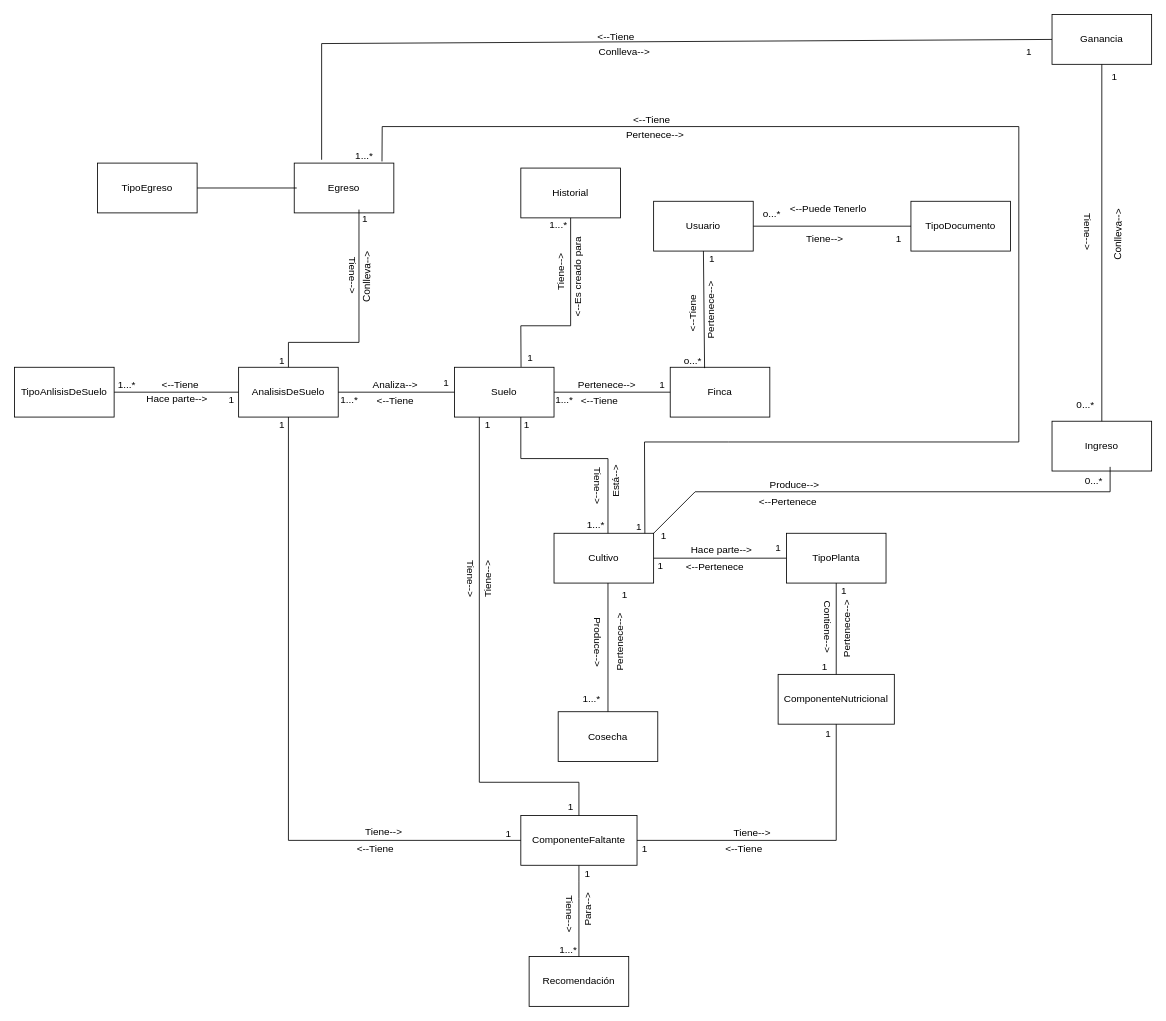
Above: CropScan.drawio in 1193090526alexander/IngenieriaDeSotwareII (draw.io), before the change. Source tidied: cells renumbered, new cells numbered last; positions are measured from the earlier drawing's top-left corner, leaving out a move shared by most shapes. Both pictures are drawn from the tidied source at 83%, with x=0, y=0 at pixel (14, 14).
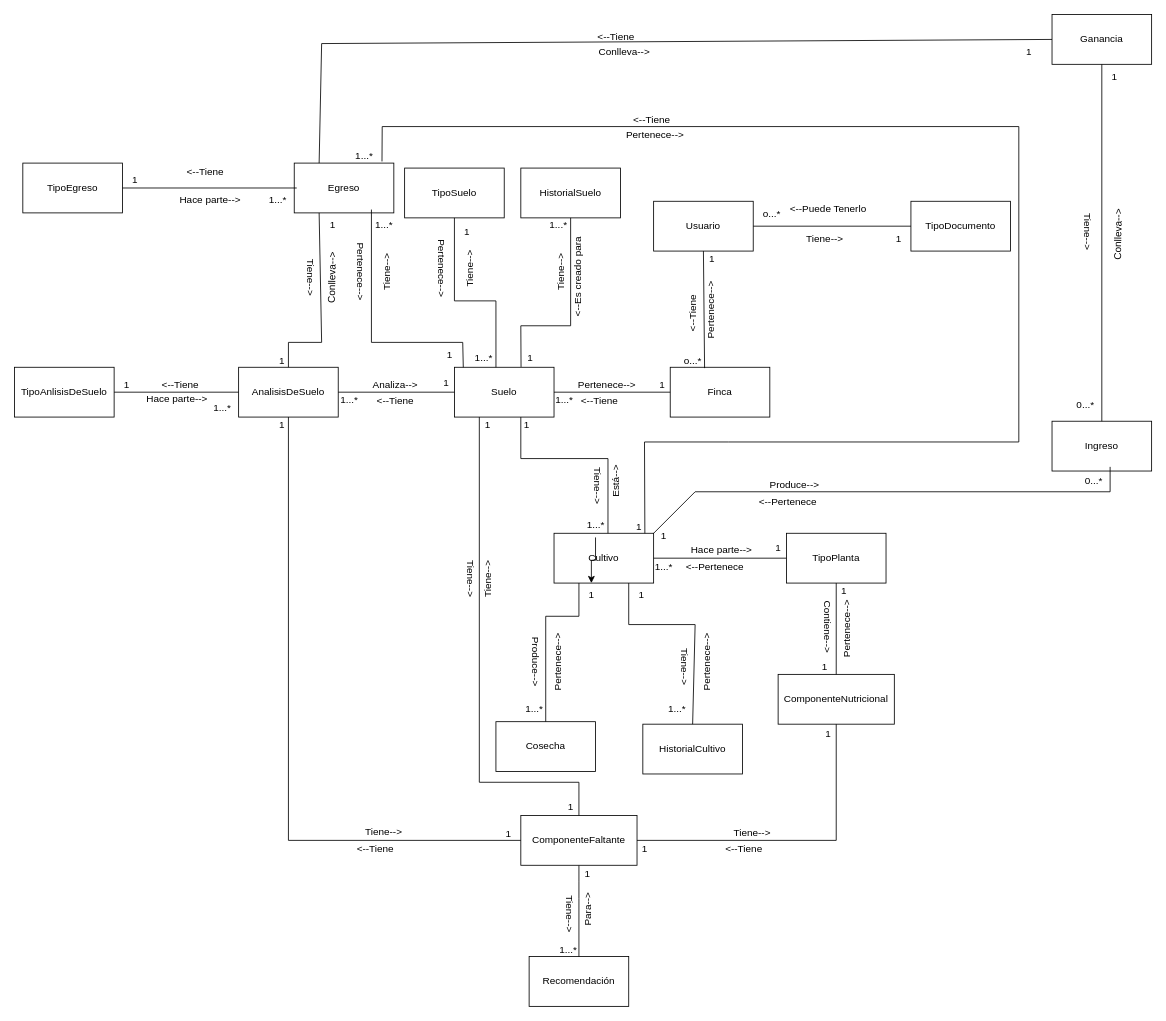
After the change.

Unchanged cells that the change refers to:
```xml
<mxCell id="3" value="Suelo" style="rounded=0;whiteSpace=wrap;html=1;" parent="1" vertex="1">
  <mxGeometry x="530" y="425" width="120" height="60" as="geometry" />
</mxCell>
<mxCell id="16" value="Cultivo" style="rounded=0;whiteSpace=wrap;html=1;" parent="1" vertex="1">
  <mxGeometry x="650" y="625" width="120" height="60" as="geometry" />
</mxCell>
<mxCell id="35" value="Egreso" style="rounded=0;whiteSpace=wrap;html=1;" parent="1" vertex="1">
  <mxGeometry x="337" y="179" width="120" height="60" as="geometry" />
</mxCell>
<mxCell id="50" value="1...*" style="text;html=1;align=center;verticalAlign=middle;points=[];strokeColor=none;fillColor=none;" parent="1" vertex="1">
  <mxGeometry x="680" y="600" width="40" height="30" as="geometry" />
</mxCell>
<mxCell id="79" value="Ganancia" style="rounded=0;whiteSpace=wrap;html=1;" parent="1" vertex="1">
  <mxGeometry x="1250" width="120" height="60" as="geometry" />
</mxCell>
```

What changed in the source:
```diff
@@
-    <mxCell id="19" value="Historial" style="rounded=0;whiteSpace=wrap;html=1;" parent="1" vertex="1">
+    <mxCell id="19" value="HistorialSuelo" style="rounded=0;whiteSpace=wrap;html=1;" parent="1" vertex="1">
       <mxGeometry x="610" y="185" width="120" height="60" as="geometry" />
     </mxCell>
@@
     <mxCell id="48" value="1" style="text;html=1;align=center;verticalAlign=middle;strokeColor=none;fillColor=none;" parent="1" vertex="1">
-      <mxGeometry x="246" y="449" width="30" height="30" as="geometry" />
+      <mxGeometry x="120" y="431" width="30" height="30" as="geometry" />
     </mxCell>
     <mxCell id="49" value="1...*" style="text;html=1;align=center;verticalAlign=middle;strokeColor=none;fillColor=none;" parent="1" vertex="1">
-      <mxGeometry x="115" y="431" width="40" height="30" as="geometry" />
+      <mxGeometry x="230" y="459" width="40" height="30" as="geometry" />
     </mxCell>
+    <mxCell id="114" style="edgeStyle=orthogonalEdgeStyle;rounded=0;jettySize=auto;html=1;" parent="1" edge="1" source="50" target="67">
+      <mxGeometry relative="1" as="geometry" />
+    </mxCell>
@@
-    <mxCell id="55" value="1" style="text;html=1;align=center;verticalAlign=middle;strokeColor=none;fillColor=none;" parent="1" vertex="1">
-      <mxGeometry x="763" y="649" width="30" height="30" as="geometry" />
+    <mxCell id="55" value="1...*" style="text;html=1;align=center;verticalAlign=middle;strokeColor=none;fillColor=none;" parent="1" vertex="1">
+      <mxGeometry x="762" y="651" width="40" height="30" as="geometry" />
     </mxCell>
@@
     <mxCell id="63" value="Cosecha" style="rounded=0;whiteSpace=wrap;html=1;" parent="1" vertex="1">
-      <mxGeometry x="655" y="840" width="120" height="60" as="geometry" />
+      <mxGeometry x="580" y="852" width="120" height="60" as="geometry" />
     </mxCell>
-    <mxCell id="64" style="endArrow=none;html=1;rounded=0;" parent="1" edge="1" source="63">
+    <mxCell id="64" style="endArrow=none;html=1;rounded=0;entryX=0.25;entryY=1;entryDx=0;entryDy=0;" parent="1" edge="1" source="63" target="16">
       <mxGeometry relative="1" as="geometry">
-        <mxPoint x="715" y="685" as="targetPoint" />
+        <Array as="points">
+          <mxPoint x="640" y="725" />
+          <mxPoint x="680" y="725" />
+        </Array>
       </mxGeometry>
     </mxCell>
     <mxCell id="65" value="Pertenece--&amp;gt;" style="text;html=1;strokeColor=none;fillColor=none;align=center;verticalAlign=middle;whiteSpace=wrap;rounded=0;rotation=270;" parent="1" vertex="1">
-      <mxGeometry x="690" y="741" width="80" height="30" as="geometry" />
+      <mxGeometry x="615" y="765" width="80" height="30" as="geometry" />
     </mxCell>
     <mxCell id="66" value="Produce--&amp;gt;" style="text;html=1;strokeColor=none;fillColor=none;align=center;verticalAlign=middle;whiteSpace=wrap;rounded=0;rotation=90;" parent="1" vertex="1">
-      <mxGeometry x="666.5" y="741" width="73" height="30" as="geometry" />
+      <mxGeometry x="592" y="765" width="73" height="30" as="geometry" />
     </mxCell>
     <mxCell id="67" value="1" style="text;html=1;align=center;verticalAlign=middle;points=[];strokeColor=none;fillColor=none;" parent="1" vertex="1">
-      <mxGeometry x="720" y="685" width="30" height="30" as="geometry" />
+      <mxGeometry x="680" y="685" width="30" height="30" as="geometry" />
     </mxCell>
     <mxCell id="68" value="1...*" style="text;html=1;align=center;verticalAlign=middle;strokeColor=none;fillColor=none;" parent="1" vertex="1">
-      <mxGeometry x="675" y="810" width="40" height="30" as="geometry" />
+      <mxGeometry x="606" y="822" width="40" height="30" as="geometry" />
     </mxCell>
-    <mxCell id="69" style="endArrow=none;html=1;rounded=0;" parent="1" edge="1">
+    <mxCell id="69" style="endArrow=none;html=1;rounded=0;entryX=0.25;entryY=1;entryDx=0;entryDy=0;" parent="1" edge="1" target="35">
       <mxGeometry relative="1" as="geometry">
         <mxPoint x="330" y="425" as="sourcePoint" />
-        <mxPoint x="415" y="235" as="targetPoint" />
         <Array as="points">
           <mxPoint x="330" y="395" />
-          <mxPoint x="415" y="395" />
+          <mxPoint x="370" y="395" />
         </Array>
       </mxGeometry>
     </mxCell>
     <mxCell id="70" value="Conlleva--&amp;gt;" style="text;html=1;strokeColor=none;fillColor=none;align=center;verticalAlign=middle;whiteSpace=wrap;rounded=0;rotation=-89;" parent="1" vertex="1">
-      <mxGeometry x="385" y="301" width="80" height="30" as="geometry" />
+      <mxGeometry x="343" y="302" width="80" height="30" as="geometry" />
     </mxCell>
@@
     <mxCell id="73" value="1" style="text;html=1;align=center;verticalAlign=middle;strokeColor=none;fillColor=none;" parent="1" vertex="1">
-      <mxGeometry x="407" y="231" width="30" height="30" as="geometry" />
+      <mxGeometry x="368" y="239" width="30" height="30" as="geometry" />
     </mxCell>
@@
-    <mxCell id="82" style="endArrow=none;html=1;rounded=0;entryX=0;entryY=0.5;entryDx=0;entryDy=0;" parent="1" edge="1" target="79">
+    <mxCell id="82" style="endArrow=none;html=1;rounded=0;entryX=0;entryY=0.5;entryDx=0;entryDy=0;exitX=0.25;exitY=0;exitDx=0;exitDy=0;" parent="1" edge="1" source="35" target="79">
       <mxGeometry relative="1" as="geometry">
-        <mxPoint x="370" y="175" as="sourcePoint" />
         <Array as="points">
           <mxPoint x="370" y="35" />
         </Array>
       </mxGeometry>
     </mxCell>
@@
     <mxCell id="86" value="Tiene--&amp;gt;" style="text;html=1;strokeColor=none;fillColor=none;align=center;verticalAlign=middle;whiteSpace=wrap;rounded=0;rotation=90;" parent="1" vertex="1">
-      <mxGeometry x="373.5" y="307" width="67" height="14" as="geometry" />
+      <mxGeometry x="323" y="310" width="67" height="14" as="geometry" />
     </mxCell>
@@
     <mxCell id="106" value="TipoEgreso" style="rounded=0;whiteSpace=wrap;html=1;" parent="1" vertex="1">
-      <mxGeometry x="100" y="179" width="120" height="60" as="geometry" />
+      <mxGeometry x="10" y="179" width="120" height="60" as="geometry" />
     </mxCell>
@@
+    <mxCell id="115" value="TipoSuelo" style="rounded=0;whiteSpace=wrap;html=1;" parent="1" vertex="1">
+      <mxGeometry x="470" y="185" width="120" height="60" as="geometry" />
+    </mxCell>
+    <mxCell id="116" style="endArrow=none;html=1;rounded=0;exitX=0.417;exitY=0;exitDx=0;exitDy=0;exitPerimeter=0;" parent="1" edge="1" source="3">
+      <mxGeometry relative="1" as="geometry">
+        <mxPoint x="530" y="245" as="targetPoint" />
+        <Array as="points">
+          <mxPoint x="580" y="345" />
+          <mxPoint x="530" y="345" />
+        </Array>
+      </mxGeometry>
+    </mxCell>
+    <mxCell id="117" value="Tiene--&amp;gt;" style="text;html=1;strokeColor=none;fillColor=none;align=center;verticalAlign=middle;whiteSpace=wrap;rounded=0;rotation=270;" parent="1" vertex="1">
+      <mxGeometry x="509" y="291" width="80" height="30" as="geometry" />
+    </mxCell>
+    <mxCell id="118" value="Pertenece--&amp;gt;" style="text;html=1;strokeColor=none;fillColor=none;align=center;verticalAlign=middle;whiteSpace=wrap;rounded=0;rotation=90;" parent="1" vertex="1">
+      <mxGeometry x="475" y="291" width="80" height="30" as="geometry" />
+    </mxCell>
+    <mxCell id="119" value="1" style="text;html=1;align=center;verticalAlign=middle;strokeColor=none;fillColor=none;" parent="1" vertex="1">
+      <mxGeometry x="530" y="247" width="30" height="30" as="geometry" />
+    </mxCell>
+    <mxCell id="120" value="1...*" style="text;html=1;align=center;verticalAlign=middle;strokeColor=none;fillColor=none;" parent="1" vertex="1">
+      <mxGeometry x="545" y="399" width="40" height="30" as="geometry" />
+    </mxCell>
+    <mxCell id="121" style="endArrow=none;html=1;rounded=0;exitX=0.089;exitY=0.001;exitDx=0;exitDy=0;exitPerimeter=0;" parent="1" edge="1" source="3">
+      <mxGeometry relative="1" as="geometry">
+        <mxPoint x="430" y="235" as="targetPoint" />
+        <Array as="points">
+          <mxPoint x="540" y="395" />
+          <mxPoint x="430" y="395" />
+        </Array>
+      </mxGeometry>
+    </mxCell>
+    <mxCell id="122" value="1" style="text;html=1;align=center;verticalAlign=middle;strokeColor=none;fillColor=none;" parent="1" vertex="1">
+      <mxGeometry x="509" y="395" width="30" height="30" as="geometry" />
+    </mxCell>
+    <mxCell id="123" value="Tiene--&amp;gt;" style="text;html=1;strokeColor=none;fillColor=none;align=center;verticalAlign=middle;whiteSpace=wrap;rounded=0;rotation=270;" parent="1" vertex="1">
+      <mxGeometry x="409" y="295" width="80" height="30" as="geometry" />
+    </mxCell>
+    <mxCell id="124" value="1...*" style="text;html=1;align=center;verticalAlign=middle;strokeColor=none;fillColor=none;" parent="1" vertex="1">
+      <mxGeometry x="425" y="239" width="40" height="30" as="geometry" />
+    </mxCell>
+    <mxCell id="125" value="Pertenece--&amp;gt;" style="text;html=1;strokeColor=none;fillColor=none;align=center;verticalAlign=middle;whiteSpace=wrap;rounded=0;rotation=90;" parent="1" vertex="1">
+      <mxGeometry x="377" y="295" width="80" height="30" as="geometry" />
+    </mxCell>
+    <mxCell id="126" value="HistorialCultivo" style="rounded=0;whiteSpace=wrap;html=1;" parent="1" vertex="1">
+      <mxGeometry x="757" y="855" width="120" height="60" as="geometry" />
+    </mxCell>
+    <mxCell id="127" style="endArrow=none;html=1;rounded=0;entryX=0.75;entryY=1;entryDx=0;entryDy=0;exitX=0.5;exitY=0;exitDx=0;exitDy=0;" parent="1" edge="1" source="126" target="16">
+      <mxGeometry relative="1" as="geometry">
+        <Array as="points">
+          <mxPoint x="820" y="735" />
+          <mxPoint x="740" y="735" />
+        </Array>
+      </mxGeometry>
+    </mxCell>
+    <mxCell id="128" value="Tiene--&amp;gt;" style="text;html=1;strokeColor=none;fillColor=none;align=center;verticalAlign=middle;whiteSpace=wrap;rounded=0;rotation=90;" parent="1" vertex="1">
+      <mxGeometry x="774" y="779" width="67" height="14" as="geometry" />
+    </mxCell>
+    <mxCell id="129" value="Pertenece--&amp;gt;" style="text;html=1;strokeColor=none;fillColor=none;align=center;verticalAlign=middle;whiteSpace=wrap;rounded=0;rotation=270;" parent="1" vertex="1">
+      <mxGeometry x="795" y="765" width="80" height="30" as="geometry" />
+    </mxCell>
+    <mxCell id="130" value="1" style="text;html=1;align=center;verticalAlign=middle;strokeColor=none;fillColor=none;" parent="1" vertex="1">
+      <mxGeometry x="740" y="685" width="30" height="30" as="geometry" />
+    </mxCell>
+    <mxCell id="131" value="1...*" style="text;html=1;align=center;verticalAlign=middle;strokeColor=none;fillColor=none;" parent="1" vertex="1">
+      <mxGeometry x="778" y="822" width="40" height="30" as="geometry" />
+    </mxCell>
+    <mxCell id="132" value="&amp;lt;--Tiene" style="text;html=1;strokeColor=none;fillColor=none;align=center;verticalAlign=middle;whiteSpace=wrap;rounded=0;" parent="1" vertex="1">
+      <mxGeometry x="200" y="175" width="60" height="30" as="geometry" />
+    </mxCell>
+    <mxCell id="133" value="Hace parte--&amp;gt;" style="text;html=1;strokeColor=none;fillColor=none;align=center;verticalAlign=middle;whiteSpace=wrap;rounded=0;" parent="1" vertex="1">
+      <mxGeometry x="196" y="209" width="80" height="30" as="geometry" />
+    </mxCell>
+    <mxCell id="134" value="1" style="text;html=1;align=center;verticalAlign=middle;strokeColor=none;fillColor=none;" parent="1" vertex="1">
+      <mxGeometry x="130" y="185" width="30" height="30" as="geometry" />
+    </mxCell>
+    <mxCell id="135" value="1...*" style="text;html=1;align=center;verticalAlign=middle;strokeColor=none;fillColor=none;" parent="1" vertex="1">
+      <mxGeometry x="297" y="209" width="40" height="30" as="geometry" />
+    </mxCell>
```
